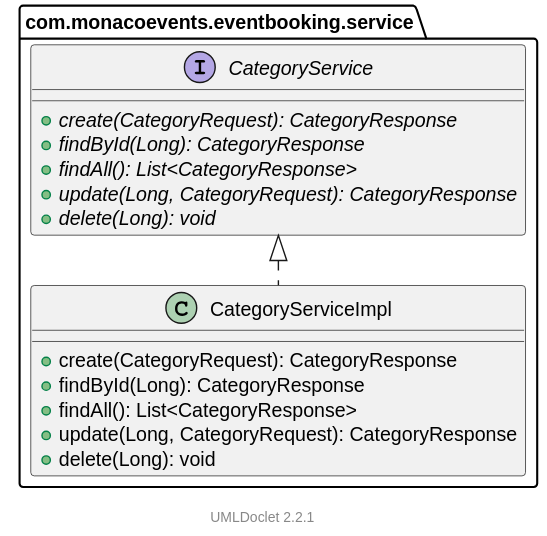
The PlantUML diagram docs/uml/com/monacoevents/eventbooking/service/package.svg in LorisDrid/event-booking-api, before a commit. The source it was exported from:
```plantuml
@startuml


    !pragma layout smetana
    set separator ::

    package com.monacoevents.eventbooking.service {

        interface CategoryService [[file:/C:/Users/loris/Documents/Programming/Github/event-booking-api/target/reports/apidocs/com/monacoevents/eventbooking/service/CategoryService.html]] {
            {abstract} +create(CategoryRequest): CategoryResponse
            {abstract} +findById(Long): CategoryResponse
            {abstract} +findAll(): List<CategoryResponse>
            {abstract} +update(Long, CategoryRequest): CategoryResponse
            {abstract} +delete(Long): void
        }

        class CategoryServiceImpl [[file:/C:/Users/loris/Documents/Programming/Github/event-booking-api/target/reports/apidocs/com/monacoevents/eventbooking/service/CategoryServiceImpl.html]] {
            +create(CategoryRequest): CategoryResponse
            +findById(Long): CategoryResponse
            +findAll(): List<CategoryResponse>
            +update(Long, CategoryRequest): CategoryResponse
            +delete(Long): void
        }

    }

    com.monacoevents.eventbooking.service::CategoryService <|.. com.monacoevents.eventbooking.service::CategoryServiceImpl

    <style>
        footer {
            HyperLinkColor #8
            HyperLinkUnderlineThickness 0
        }
    </style>
    footer \n[[https://github.com/talsma-ict/umldoclet UMLDoclet 2.2.1]]
@enduml
```
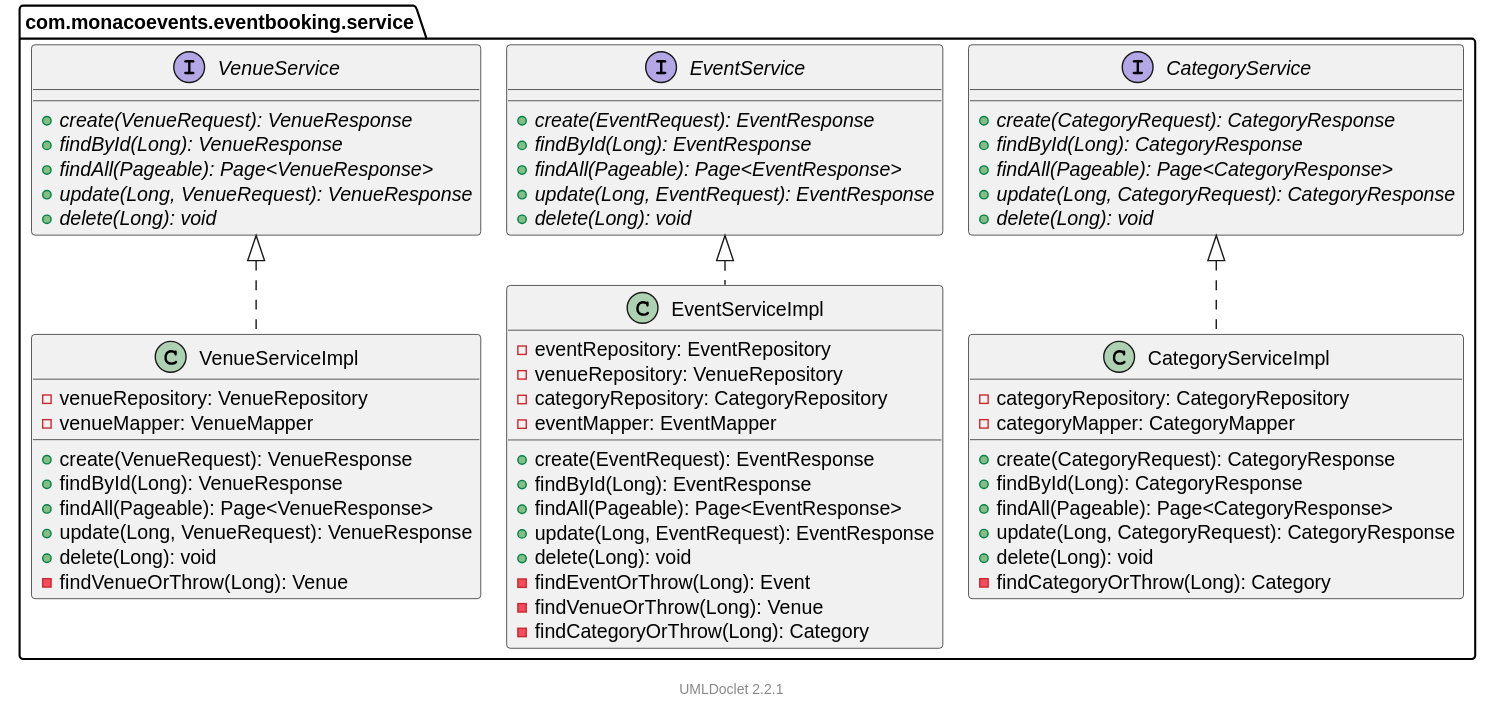
Above is the later version.

Change to the diagram source:
```diff
@@ -9,22 +9,69 @@
         interface CategoryService [[file:/C:/Users/loris/Documents/Programming/Github/event-booking-api/target/reports/apidocs/com/monacoevents/eventbooking/service/CategoryService.html]] {
             {abstract} +create(CategoryRequest): CategoryResponse
             {abstract} +findById(Long): CategoryResponse
-            {abstract} +findAll(): List<CategoryResponse>
+            {abstract} +findAll(Pageable): Page<CategoryResponse>
             {abstract} +update(Long, CategoryRequest): CategoryResponse
             {abstract} +delete(Long): void
         }
 
         class CategoryServiceImpl [[file:/C:/Users/loris/Documents/Programming/Github/event-booking-api/target/reports/apidocs/com/monacoevents/eventbooking/service/CategoryServiceImpl.html]] {
+            -categoryRepository: CategoryRepository
+            -categoryMapper: CategoryMapper
             +create(CategoryRequest): CategoryResponse
             +findById(Long): CategoryResponse
-            +findAll(): List<CategoryResponse>
+            +findAll(Pageable): Page<CategoryResponse>
             +update(Long, CategoryRequest): CategoryResponse
             +delete(Long): void
+            -findCategoryOrThrow(Long): Category
+        }
+
+        interface EventService [[file:/C:/Users/loris/Documents/Programming/Github/event-booking-api/target/reports/apidocs/com/monacoevents/eventbooking/service/EventService.html]] {
+            {abstract} +create(EventRequest): EventResponse
+            {abstract} +findById(Long): EventResponse
+            {abstract} +findAll(Pageable): Page<EventResponse>
+            {abstract} +update(Long, EventRequest): EventResponse
+            {abstract} +delete(Long): void
+        }
+
+        class EventServiceImpl [[file:/C:/Users/loris/Documents/Programming/Github/event-booking-api/target/reports/apidocs/com/monacoevents/eventbooking/service/EventServiceImpl.html]] {
+            -eventRepository: EventRepository
+            -venueRepository: VenueRepository
+            -categoryRepository: CategoryRepository
+            -eventMapper: EventMapper
+            +create(EventRequest): EventResponse
+            +findById(Long): EventResponse
+            +findAll(Pageable): Page<EventResponse>
+            +update(Long, EventRequest): EventResponse
+            +delete(Long): void
+            -findEventOrThrow(Long): Event
+            -findVenueOrThrow(Long): Venue
+            -findCategoryOrThrow(Long): Category
+        }
+
+        interface VenueService [[file:/C:/Users/loris/Documents/Programming/Github/event-booking-api/target/reports/apidocs/com/monacoevents/eventbooking/service/VenueService.html]] {
+            {abstract} +create(VenueRequest): VenueResponse
+            {abstract} +findById(Long): VenueResponse
+            {abstract} +findAll(Pageable): Page<VenueResponse>
+            {abstract} +update(Long, VenueRequest): VenueResponse
+            {abstract} +delete(Long): void
+        }
+
+        class VenueServiceImpl [[file:/C:/Users/loris/Documents/Programming/Github/event-booking-api/target/reports/apidocs/com/monacoevents/eventbooking/service/VenueServiceImpl.html]] {
+            -venueRepository: VenueRepository
+            -venueMapper: VenueMapper
+            +create(VenueRequest): VenueResponse
+            +findById(Long): VenueResponse
+            +findAll(Pageable): Page<VenueResponse>
+            +update(Long, VenueRequest): VenueResponse
+            +delete(Long): void
+            -findVenueOrThrow(Long): Venue
         }
 
     }
 
     com.monacoevents.eventbooking.service::CategoryService <|.. com.monacoevents.eventbooking.service::CategoryServiceImpl
+    com.monacoevents.eventbooking.service::EventService <|.. com.monacoevents.eventbooking.service::EventServiceImpl
+    com.monacoevents.eventbooking.service::VenueService <|.. com.monacoevents.eventbooking.service::VenueServiceImpl
 
     <style>
         footer {
```
